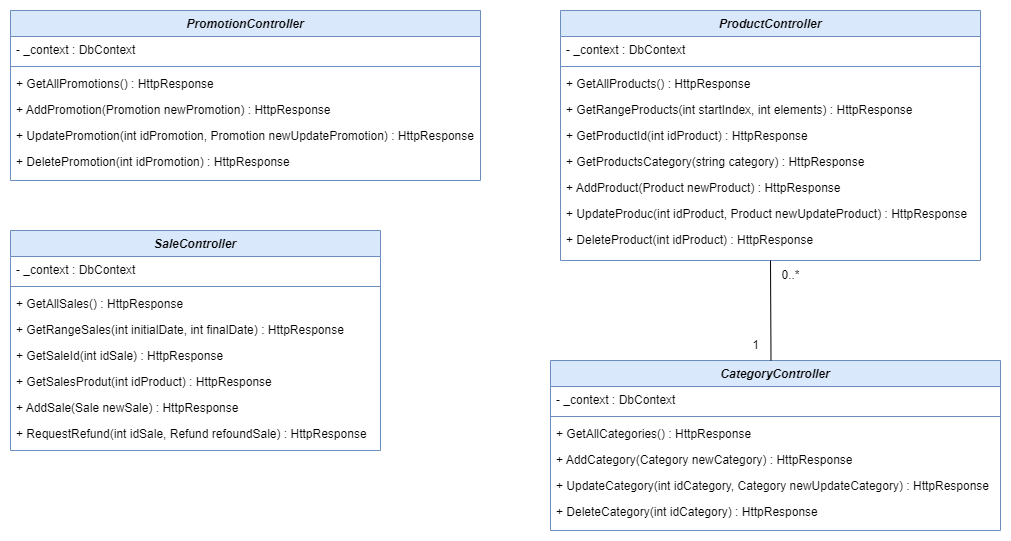
This is api-product-stock/classe.png from WesleyTelesBenette/my-sources-for-docs, a draw.io export, as it was before one commit. Source tidied: cells renumbered, new cells last; positions are measured from the earlier drawing's top-left corner, leaving out a move shared by most shapes.
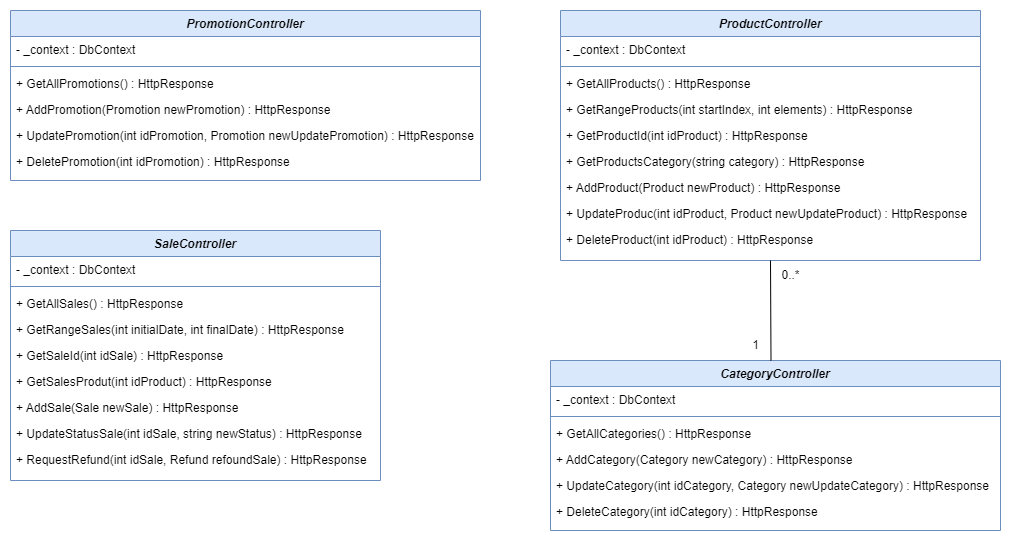
Above is the later version.

Diff of the diagram source:
```diff
@@ -75,7 +75,7 @@
       <mxGeometry y="138" width="470" height="26" as="geometry" />
     </mxCell>
     <mxCell id="26" value="SaleController" style="swimlane;fontStyle=3;align=center;verticalAlign=top;horizontal=1;startSize=26;rounded=0;shadow=0;strokeWidth=1;fillColor=#dae8fc;strokeColor=#6c8ebf;" parent="1" vertex="1">
-      <mxGeometry y="220" width="370" height="220" as="geometry" />
+      <mxGeometry y="220" width="370" height="250" as="geometry" />
     </mxCell>
     <mxCell id="27" value="- _context : DbContext" style="text;align=left;verticalAlign=top;spacingLeft=4;spacingRight=4;overflow=hidden;" parent="26" vertex="1">
       <mxGeometry y="26" width="370" height="26" as="geometry" />
@@ -98,9 +98,12 @@
     <mxCell id="33" value="+ AddSale(Sale newSale) : HttpResponse&#10;" style="text;align=left;verticalAlign=top;spacingLeft=4;spacingRight=4;overflow=hidden;" parent="26" vertex="1">
       <mxGeometry y="164" width="370" height="26" as="geometry" />
     </mxCell>
-    <mxCell id="34" value="+ RequestRefund(int idSale, Refund refoundSale) : HttpResponse&#10;" style="text;align=left;verticalAlign=top;spacingLeft=4;spacingRight=4;overflow=hidden;" parent="26" vertex="1">
+    <mxCell id="34" value="+ UpdateStatusSale(int idSale, string newStatus) : HttpResponse&#10;" style="text;align=left;verticalAlign=top;spacingLeft=4;spacingRight=4;overflow=hidden;" parent="26" vertex="1">
       <mxGeometry y="190" width="370" height="26" as="geometry" />
     </mxCell>
+    <mxCell id="38" value="+ RequestRefund(int idSale, Refund refoundSale) : HttpResponse&#10;" style="text;align=left;verticalAlign=top;spacingLeft=4;spacingRight=4;overflow=hidden;" parent="26" vertex="1">
+      <mxGeometry y="216" width="370" height="26" as="geometry" />
+    </mxCell>
     <mxCell id="35" style="endArrow=none;html=1;rounded=0;entryX=0.49;entryY=0;entryDx=0;entryDy=0;entryPerimeter=0;" parent="1" edge="1" target="12">
       <mxGeometry relative="1" as="geometry">
         <mxPoint x="760" y="250" as="sourcePoint" />
```
